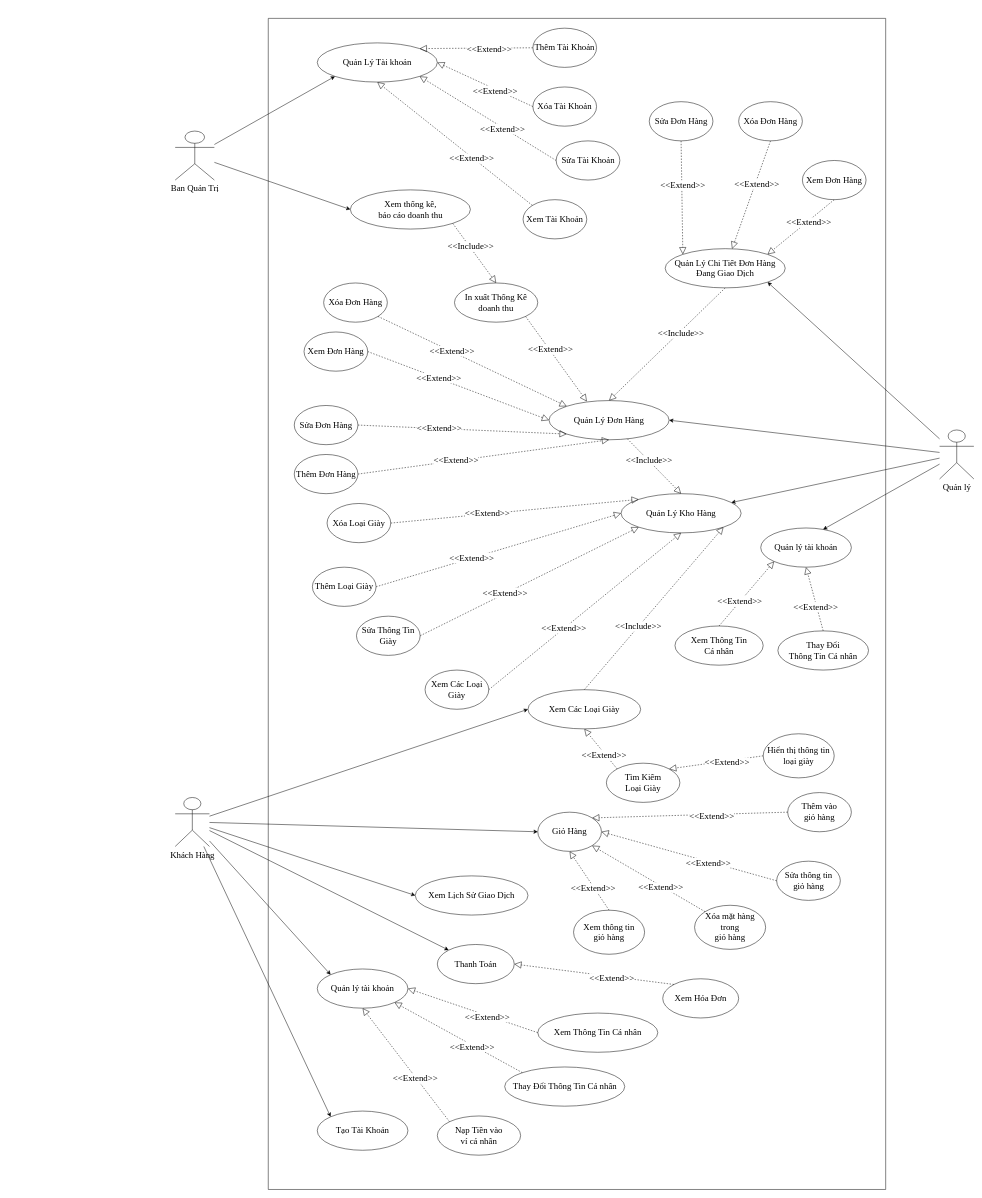
Above: SpedoShop.drawio in IkMinhTon/Diagram (draw.io), before the change. Source tidied: cells renumbered, new cells numbered last; positions are measured from the earlier drawing's top-left corner, leaving out a move shared by most shapes. Both pictures are drawn from the tidied source at 49%, with x=0, y=0 at pixel (175, 18).
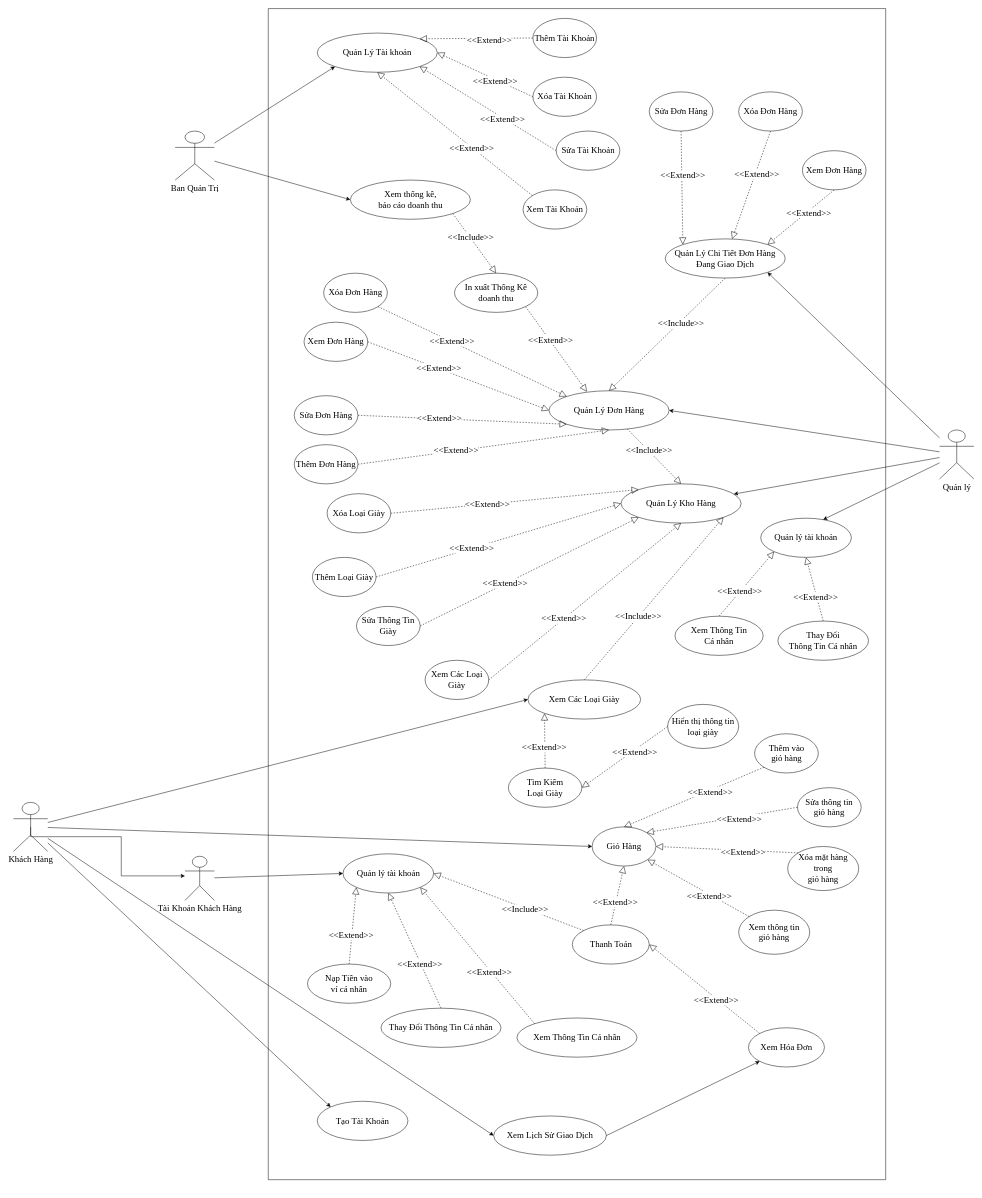
Above is the later version.

The change refers to these unchanged cells:
```xml
<mxCell id="67" value="Xem Các Loại Giày" style="ellipse;whiteSpace=wrap;html=1;fontFamily=Times New Roman;fontSize=18;" parent="3" vertex="1">
  <mxGeometry x="530" y="1370" width="230" height="80" as="geometry" />
</mxCell>
```

The edit, as a diff of the source:
```diff
@@
     <mxCell id="3" style="swimlane;startSize=0;" parent="1" vertex="1">
-      <mxGeometry x="190" width="1260" height="2390" as="geometry" />
+      <mxGeometry x="190" y="-20" width="1260" height="2390" as="geometry" />
     </mxCell>
@@
     <mxCell id="64" value="Thay Đổi Thông Tin Cá nhân" style="ellipse;whiteSpace=wrap;html=1;fontFamily=Times New Roman;fontSize=18;" parent="3" vertex="1">
-      <mxGeometry x="482.5" y="2140" width="245" height="80" as="geometry" />
+      <mxGeometry x="230" y="2040" width="245" height="80" as="geometry" />
     </mxCell>
     <mxCell id="65" value="Tìm Kiếm &lt;br&gt;Loại Giày" style="ellipse;whiteSpace=wrap;html=1;fontFamily=Times New Roman;fontSize=18;" parent="3" vertex="1">
-      <mxGeometry x="690" y="1520" width="150" height="80" as="geometry" />
+      <mxGeometry x="490" y="1550" width="150" height="80" as="geometry" />
     </mxCell>
     <mxCell id="66" value="Giỏ Hàng" style="ellipse;whiteSpace=wrap;html=1;fontFamily=Times New Roman;fontSize=18;" parent="3" vertex="1">
-      <mxGeometry x="550" y="1620" width="130" height="80" as="geometry" />
+      <mxGeometry x="661" y="1670" width="130" height="80" as="geometry" />
     </mxCell>
@@
     <mxCell id="70" value="Xem Lịch Sử Giao Dịch" style="ellipse;whiteSpace=wrap;html=1;fontFamily=Times New Roman;fontSize=18;" parent="3" vertex="1">
-      <mxGeometry x="300" y="1750" width="230" height="80" as="geometry" />
+      <mxGeometry x="460" y="2260" width="230" height="80" as="geometry" />
     </mxCell>
     <mxCell id="71" value="Xem Hóa Đơn" style="ellipse;whiteSpace=wrap;html=1;fontFamily=Times New Roman;fontSize=18;" parent="3" vertex="1">
-      <mxGeometry x="805" y="1960" width="155" height="80" as="geometry" />
+      <mxGeometry x="980" y="2080" width="155" height="80" as="geometry" />
     </mxCell>
     <mxCell id="72" value="Thanh Toán" style="ellipse;whiteSpace=wrap;html=1;fontFamily=Times New Roman;fontSize=18;" parent="3" vertex="1">
-      <mxGeometry x="345" y="1890" width="157" height="80" as="geometry" />
+      <mxGeometry x="620.5" y="1870" width="157" height="80" as="geometry" />
     </mxCell>
     <mxCell id="73" value="Quản lý tài khoản" style="ellipse;whiteSpace=wrap;html=1;fontFamily=Times New Roman;fontSize=18;" parent="3" vertex="1">
-      <mxGeometry x="100" y="1940" width="185" height="80" as="geometry" />
+      <mxGeometry x="152.5" y="1725" width="185" height="80" as="geometry" />
     </mxCell>
-    <mxCell id="74" style="endArrow=block;dashed=1;endFill=0;endSize=12;html=1;rounded=0;fontFamily=Times New Roman;fontSize=18;exitX=0;exitY=0;exitDx=0;exitDy=0;entryX=1;entryY=1;entryDx=0;entryDy=0;" parent="3" edge="1" source="64" target="73">
+    <mxCell id="74" style="endArrow=block;dashed=1;endFill=0;endSize=12;html=1;rounded=0;fontFamily=Times New Roman;fontSize=18;exitX=0.5;exitY=0;exitDx=0;exitDy=0;entryX=0.5;entryY=1;entryDx=0;entryDy=0;" parent="3" edge="1" source="64" target="73">
       <mxGeometry relative="1" as="geometry" />
     </mxCell>
@@
     <mxCell id="78" value="Thêm vào &lt;br&gt;giỏ hàng" style="ellipse;whiteSpace=wrap;html=1;fontFamily=Times New Roman;fontSize=18;" parent="3" vertex="1">
-      <mxGeometry x="1060" y="1580" width="130" height="80" as="geometry" />
+      <mxGeometry x="992.5" y="1480" width="130" height="80" as="geometry" />
     </mxCell>
-    <mxCell id="79" style="endArrow=block;dashed=1;endFill=0;endSize=12;html=1;rounded=0;fontFamily=Times New Roman;fontSize=18;exitX=0;exitY=0.5;exitDx=0;exitDy=0;entryX=1;entryY=0;entryDx=0;entryDy=0;" parent="3" edge="1" source="78" target="66">
+    <mxCell id="79" style="endArrow=block;dashed=1;endFill=0;endSize=12;html=1;rounded=0;fontFamily=Times New Roman;fontSize=18;exitX=0;exitY=1;exitDx=0;exitDy=0;entryX=0.5;entryY=0;entryDx=0;entryDy=0;" parent="3" edge="1" source="78" target="66">
       <mxGeometry relative="1" as="geometry" />
     </mxCell>
@@
     <mxCell id="81" value="Sửa thông tin &lt;br&gt;giỏ hàng" style="ellipse;whiteSpace=wrap;html=1;fontFamily=Times New Roman;fontSize=18;" parent="3" vertex="1">
-      <mxGeometry x="1037.5" y="1720" width="130" height="80" as="geometry" />
+      <mxGeometry x="1080" y="1590" width="130" height="80" as="geometry" />
     </mxCell>
-    <mxCell id="82" style="endArrow=block;dashed=1;endFill=0;endSize=12;html=1;rounded=0;fontFamily=Times New Roman;fontSize=18;exitX=0;exitY=0.5;exitDx=0;exitDy=0;entryX=1;entryY=0.5;entryDx=0;entryDy=0;" parent="3" edge="1" source="81" target="66">
+    <mxCell id="82" style="endArrow=block;dashed=1;endFill=0;endSize=12;html=1;rounded=0;fontFamily=Times New Roman;fontSize=18;exitX=0;exitY=0.5;exitDx=0;exitDy=0;entryX=1;entryY=0;entryDx=0;entryDy=0;" parent="3" edge="1" source="81" target="66">
       <mxGeometry relative="1" as="geometry" />
     </mxCell>
@@
     <mxCell id="84" value="Xóa mặt hàng trong&lt;br&gt;giỏ hàng" style="ellipse;whiteSpace=wrap;html=1;fontFamily=Times New Roman;fontSize=18;" parent="3" vertex="1">
-      <mxGeometry x="870" y="1810" width="145" height="90" as="geometry" />
+      <mxGeometry x="1060" y="1710" width="145" height="90" as="geometry" />
     </mxCell>
-    <mxCell id="85" style="endArrow=block;dashed=1;endFill=0;endSize=12;html=1;rounded=0;fontFamily=Times New Roman;fontSize=18;exitX=0;exitY=0;exitDx=0;exitDy=0;entryX=1;entryY=1;entryDx=0;entryDy=0;" parent="3" edge="1" source="84" target="66">
+    <mxCell id="85" style="endArrow=block;dashed=1;endFill=0;endSize=12;html=1;rounded=0;fontFamily=Times New Roman;fontSize=18;exitX=0;exitY=0;exitDx=0;exitDy=0;entryX=1;entryY=0.5;entryDx=0;entryDy=0;" parent="3" edge="1" source="84" target="66">
       <mxGeometry relative="1" as="geometry" />
     </mxCell>
@@
     <mxCell id="87" value="Xem thông tin &lt;br&gt;giỏ hàng" style="ellipse;whiteSpace=wrap;html=1;fontFamily=Times New Roman;fontSize=18;" parent="3" vertex="1">
-      <mxGeometry x="623" y="1820" width="145" height="90" as="geometry" />
+      <mxGeometry x="960" y="1840" width="145" height="90" as="geometry" />
     </mxCell>
-    <mxCell id="88" style="endArrow=block;dashed=1;endFill=0;endSize=12;html=1;rounded=0;fontFamily=Times New Roman;fontSize=18;exitX=0.5;exitY=0;exitDx=0;exitDy=0;entryX=0.5;entryY=1;entryDx=0;entryDy=0;" parent="3" edge="1" source="87" target="66">
+    <mxCell id="88" style="endArrow=block;dashed=1;endFill=0;endSize=12;html=1;rounded=0;fontFamily=Times New Roman;fontSize=18;exitX=0;exitY=0;exitDx=0;exitDy=0;" parent="3" edge="1" source="87" target="66">
       <mxGeometry relative="1" as="geometry" />
     </mxCell>
@@
     <mxCell id="90" value="Hiển thị thông tin loại giày" style="ellipse;whiteSpace=wrap;html=1;fontFamily=Times New Roman;fontSize=18;" parent="3" vertex="1">
-      <mxGeometry x="1010" y="1460" width="145" height="90" as="geometry" />
+      <mxGeometry x="815" y="1420" width="145" height="90" as="geometry" />
     </mxCell>
-    <mxCell id="91" style="endArrow=block;dashed=1;endFill=0;endSize=12;html=1;rounded=0;fontFamily=Times New Roman;fontSize=18;exitX=0;exitY=0.5;exitDx=0;exitDy=0;entryX=1;entryY=0;entryDx=0;entryDy=0;" parent="3" edge="1" source="90" target="65">
+    <mxCell id="91" style="endArrow=block;dashed=1;endFill=0;endSize=12;html=1;rounded=0;fontFamily=Times New Roman;fontSize=18;exitX=0;exitY=0.5;exitDx=0;exitDy=0;entryX=1;entryY=0.5;entryDx=0;entryDy=0;" parent="3" edge="1" source="90" target="65">
       <mxGeometry relative="1" as="geometry" />
     </mxCell>
@@
-    <mxCell id="93" style="endArrow=block;dashed=1;endFill=0;endSize=12;html=1;rounded=0;fontFamily=Times New Roman;fontSize=18;exitX=0;exitY=0;exitDx=0;exitDy=0;entryX=0.5;entryY=1;entryDx=0;entryDy=0;" parent="3" edge="1" source="65" target="67">
+    <mxCell id="93" style="endArrow=block;dashed=1;endFill=0;endSize=12;html=1;rounded=0;fontFamily=Times New Roman;fontSize=18;exitX=0.5;exitY=0;exitDx=0;exitDy=0;entryX=0;entryY=1;entryDx=0;entryDy=0;" parent="3" edge="1" source="65" target="67">
       <mxGeometry relative="1" as="geometry" />
     </mxCell>
@@
     <mxCell id="95" value="Xem Thông Tin Cá nhân" style="ellipse;whiteSpace=wrap;html=1;fontFamily=Times New Roman;fontSize=18;" parent="3" vertex="1">
-      <mxGeometry x="550" y="2030" width="245" height="80" as="geometry" />
+      <mxGeometry x="507.5" y="2060" width="245" height="80" as="geometry" />
     </mxCell>
-    <mxCell id="96" style="endArrow=block;dashed=1;endFill=0;endSize=12;html=1;rounded=0;fontFamily=Times New Roman;fontSize=18;exitX=0;exitY=0.5;exitDx=0;exitDy=0;entryX=1;entryY=0.5;entryDx=0;entryDy=0;" parent="3" edge="1" source="95" target="73">
+    <mxCell id="96" style="endArrow=block;dashed=1;endFill=0;endSize=12;html=1;rounded=0;fontFamily=Times New Roman;fontSize=18;exitX=0;exitY=0;exitDx=0;exitDy=0;entryX=1;entryY=1;entryDx=0;entryDy=0;" parent="3" edge="1" source="95" target="73">
       <mxGeometry relative="1" as="geometry" />
     </mxCell>
@@
     <mxCell id="98" value="Nạp Tiền vào &lt;br&gt;ví cá nhân" style="ellipse;whiteSpace=wrap;html=1;fontFamily=Times New Roman;fontSize=18;" parent="3" vertex="1">
-      <mxGeometry x="345" y="2240" width="170" height="80" as="geometry" />
+      <mxGeometry x="80" y="1950" width="170" height="80" as="geometry" />
     </mxCell>
-    <mxCell id="99" style="endArrow=block;dashed=1;endFill=0;endSize=12;html=1;rounded=0;fontFamily=Times New Roman;fontSize=18;exitX=0;exitY=0;exitDx=0;exitDy=0;entryX=0.5;entryY=1;entryDx=0;entryDy=0;" parent="3" edge="1" source="98" target="73">
+    <mxCell id="99" style="endArrow=block;dashed=1;endFill=0;endSize=12;html=1;rounded=0;fontFamily=Times New Roman;fontSize=18;exitX=0.5;exitY=0;exitDx=0;exitDy=0;entryX=0;entryY=1;entryDx=0;entryDy=0;" parent="3" edge="1" source="98" target="73">
       <mxGeometry relative="1" as="geometry" />
     </mxCell>
@@
+    <mxCell id="122" style="endArrow=classic;html=1;rounded=0;fontFamily=Times New Roman;fontSize=18;entryX=0;entryY=1;entryDx=0;entryDy=0;exitX=1;exitY=0.5;exitDx=0;exitDy=0;" parent="3" edge="1" source="70" target="71">
+      <mxGeometry relative="1" as="geometry" />
+    </mxCell>
+    <mxCell id="123" style="endArrow=block;dashed=1;endFill=0;endSize=12;html=1;rounded=0;fontFamily=Times New Roman;fontSize=18;entryX=1;entryY=0.5;entryDx=0;entryDy=0;exitX=0;exitY=0;exitDx=0;exitDy=0;" parent="3" edge="1" source="72" target="73">
+      <mxGeometry relative="1" as="geometry" />
+    </mxCell>
+    <mxCell id="124" value="&amp;lt;&amp;lt;Include&amp;gt;&amp;gt;" style="edgeLabel;html=1;align=center;verticalAlign=middle;fontSize=18;fontFamily=Times New Roman;" parent="123" vertex="1">
+      <mxGeometry x="-0.22" y="2" relative="1" as="geometry">
+        <mxPoint y="1" as="offset" />
+      </mxGeometry>
+    </mxCell>
+    <mxCell id="125" style="endArrow=block;dashed=1;endFill=0;endSize=12;html=1;rounded=0;fontFamily=Times New Roman;fontSize=18;exitX=0.5;exitY=0;exitDx=0;exitDy=0;entryX=0.5;entryY=1;entryDx=0;entryDy=0;" parent="3" edge="1" source="72" target="66">
+      <mxGeometry relative="1" as="geometry" />
+    </mxCell>
+    <mxCell id="126" value="&amp;lt;&amp;lt;Extend&amp;gt;&amp;gt;" style="edgeLabel;html=1;align=center;verticalAlign=middle;fontSize=18;fontFamily=Times New Roman;" parent="125" vertex="1">
+      <mxGeometry x="-0.22" y="2" relative="1" as="geometry">
+        <mxPoint y="1" as="offset" />
+      </mxGeometry>
+    </mxCell>
@@
+    <mxCell id="127" style="edgeStyle=orthogonalEdgeStyle;rounded=0;jettySize=auto;html=1;exitX=0.5;exitY=0.5;exitDx=0;exitDy=0;exitPerimeter=0;fontFamily=Times New Roman;fontSize=18;" parent="1" edge="1" source="109" target="128">
+      <mxGeometry relative="1" as="geometry">
+        <Array as="points">
+          <mxPoint x="-295" y="1670" />
+          <mxPoint x="-110" y="1670" />
+          <mxPoint x="-110" y="1750" />
+        </Array>
+      </mxGeometry>
+    </mxCell>
     <mxCell id="109" value="&lt;font face=&quot;Times New Roman&quot; style=&quot;font-size: 18px&quot;&gt;Khách Hàng&lt;/font&gt;" style="shape=umlActor;verticalLabelPosition=bottom;verticalAlign=top;html=1;outlineConnect=0;" parent="1" vertex="1">
-      <mxGeometry y="1590" width="70" height="100" as="geometry" />
+      <mxGeometry x="-330" y="1600" width="70" height="100" as="geometry" />
     </mxCell>
@@
-    <mxCell id="119" style="endArrow=classic;html=1;rounded=0;fontFamily=Times New Roman;fontSize=18;entryX=0;entryY=0;entryDx=0;entryDy=0;" parent="1" edge="1" source="109" target="72">
-      <mxGeometry relative="1" as="geometry" />
-    </mxCell>
-    <mxCell id="120" style="endArrow=classic;html=1;rounded=0;fontFamily=Times New Roman;fontSize=18;entryX=0;entryY=0;entryDx=0;entryDy=0;" parent="1" edge="1" source="109" target="73">
+    <mxCell id="120" style="endArrow=classic;html=1;rounded=0;fontFamily=Times New Roman;fontSize=18;entryX=0;entryY=0.5;entryDx=0;entryDy=0;" parent="1" edge="1" source="128" target="73">
       <mxGeometry relative="1" as="geometry" />
     </mxCell>
@@
+    <mxCell id="128" value="Tài Khoản Khách Hàng" style="shape=umlActor;verticalLabelPosition=bottom;verticalAlign=top;html=1;fontFamily=Times New Roman;fontSize=18;" parent="1" vertex="1">
+      <mxGeometry x="20" y="1710" width="60" height="90" as="geometry" />
+    </mxCell>
```
